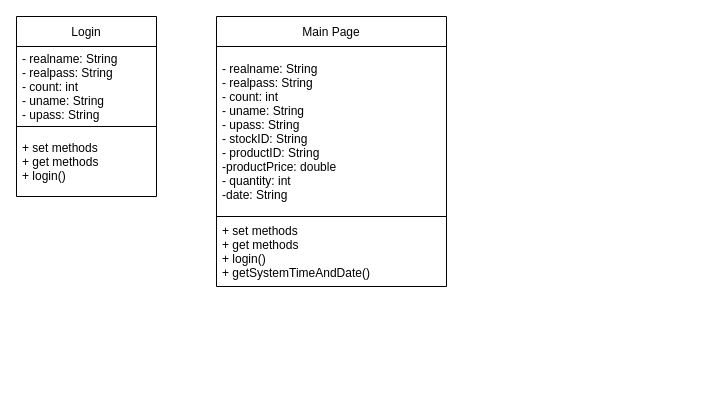
This is classDiagramNew.drawio from NYS03/java-assignment-sem-4, a draw.io file, before an edit. Source tidied: cells renumbered, new cells numbered last; positions are measured from the earlier drawing's top-left corner, leaving out a move shared by most shapes. Both pictures are drawn from the tidied source at 100%, with x=0, y=0 at pixel (16, 16).
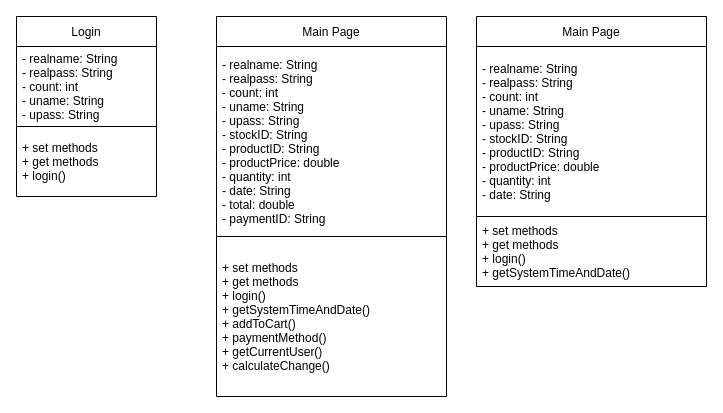
The same page after the edit.

Change to the diagram source:
```diff
@@
 <mxGraphModel>
   <root>
     <mxCell id="0" />
     <mxCell id="1" parent="0" />
     <mxCell id="2" value="Login" style="swimlane;fontStyle=0;horizontal=1;startSize=30;strokeColor=default;" parent="1" vertex="1">
       <mxGeometry width="140" height="180" as="geometry" />
     </mxCell>
     <mxCell id="3" value="- realname: String&#10;- realpass: String&#10;- count: int&#10;- uname: String&#10;- upass: String" style="text;strokeColor=default;fillColor=none;align=left;verticalAlign=middle;spacingLeft=4;spacingRight=4;overflow=hidden;" parent="2" vertex="1">
       <mxGeometry y="30" width="140" height="80" as="geometry" />
     </mxCell>
     <mxCell id="4" value="+ set methods&#10;+ get methods&#10;+ login()" style="text;strokeColor=none;fillColor=none;align=left;verticalAlign=middle;spacingLeft=4;spacingRight=4;overflow=hidden;" parent="2" vertex="1">
       <mxGeometry y="110" width="140" height="70" as="geometry" />
     </mxCell>
-    <mxCell id="5" value="Main Page" style="swimlane;fontStyle=0;horizontal=1;startSize=30;strokeColor=default;" parent="1" vertex="1">
-      <mxGeometry x="200" width="230" height="270" as="geometry" />
-    </mxCell>
-    <mxCell id="6" value="- realname: String&#10;- realpass: String&#10;- count: int&#10;- uname: String&#10;- upass: String&#10;- stockID: String&#10;- productID: String&#10;-productPrice: double&#10;- quantity: int&#10;-date: String" style="text;strokeColor=default;fillColor=none;align=left;verticalAlign=middle;spacingLeft=4;spacingRight=4;overflow=hidden;" parent="5" vertex="1">
-      <mxGeometry y="30" width="230" height="170" as="geometry" />
-    </mxCell>
+    <mxCell id="8" value="Main Page" style="swimlane;fontStyle=0;horizontal=1;startSize=30;strokeColor=default;" parent="1" vertex="1">
+      <mxGeometry x="200" width="230" height="380" as="geometry" />
+    </mxCell>
+    <mxCell id="9" value="- realname: String&#10;- realpass: String&#10;- count: int&#10;- uname: String&#10;- upass: String&#10;- stockID: String&#10;- productID: String&#10;- productPrice: double&#10;- quantity: int&#10;- date: String&#10;- total: double&#10;- paymentID: String" style="text;strokeColor=default;fillColor=none;align=left;verticalAlign=middle;spacingLeft=4;spacingRight=4;overflow=hidden;" parent="8" vertex="1">
+      <mxGeometry y="30" width="230" height="190" as="geometry" />
+    </mxCell>
+    <mxCell id="10" value="+ set methods&#10;+ get methods&#10;+ login()&#10;+ getSystemTimeAndDate()&#10;+ addToCart()&#10;+ paymentMethod()&#10;+ getCurrentUser()&#10;+ calculateChange()" style="text;strokeColor=none;fillColor=none;align=left;verticalAlign=middle;spacingLeft=4;spacingRight=4;overflow=hidden;" parent="8" vertex="1">
+      <mxGeometry y="220" width="230" height="160" as="geometry" />
+    </mxCell>
+    <mxCell id="11" value="Main Page" style="swimlane;fontStyle=0;horizontal=1;startSize=30;strokeColor=default;" parent="1" vertex="1">
+      <mxGeometry x="460" width="230" height="270" as="geometry" />
+    </mxCell>
+    <mxCell id="12" value="- realname: String&#10;- realpass: String&#10;- count: int&#10;- uname: String&#10;- upass: String&#10;- stockID: String&#10;- productID: String&#10;- productPrice: double&#10;- quantity: int&#10;- date: String" style="text;strokeColor=default;fillColor=none;align=left;verticalAlign=middle;spacingLeft=4;spacingRight=4;overflow=hidden;" parent="11" vertex="1">
+      <mxGeometry y="30" width="230" height="170" as="geometry" />
+    </mxCell>
-    <mxCell id="7" value="+ set methods&#10;+ get methods&#10;+ login()&#10;+ getSystemTimeAndDate()" style="text;strokeColor=none;fillColor=none;align=left;verticalAlign=middle;spacingLeft=4;spacingRight=4;overflow=hidden;" parent="5" vertex="1">
+    <mxCell id="7" value="+ set methods&#10;+ get methods&#10;+ login()&#10;+ getSystemTimeAndDate()" style="text;strokeColor=none;fillColor=none;align=left;verticalAlign=middle;spacingLeft=4;spacingRight=4;overflow=hidden;" parent="11" vertex="1">
       <mxGeometry y="200" width="230" height="70" as="geometry" />
     </mxCell>
   </root>
 </mxGraphModel>
```
